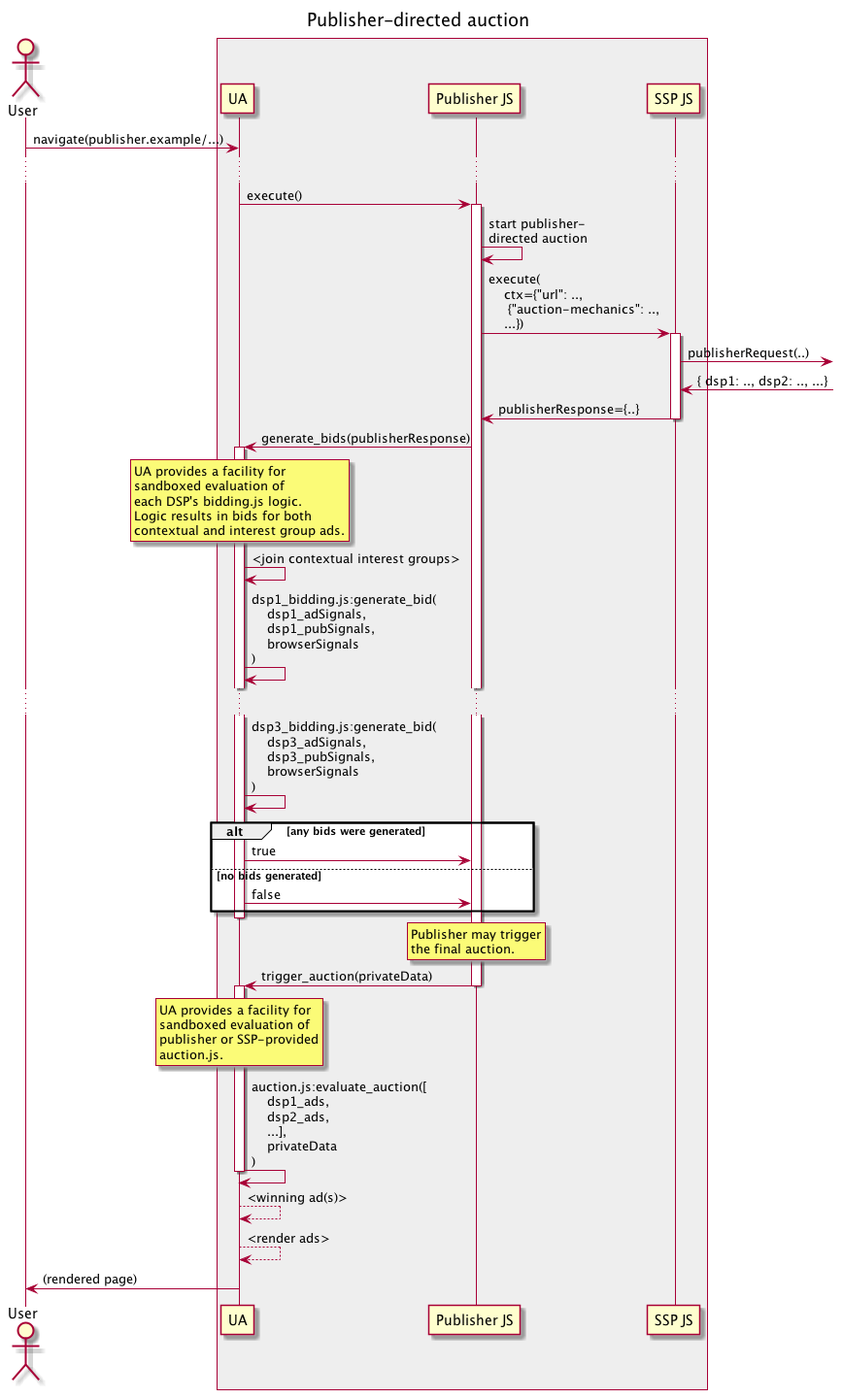
Earlier version of the PlantUML export assets/TERN/img/6_auction.png (WICG/turtledove). Its source is kept beside it as assets/TERN/6_auction.plantuml.
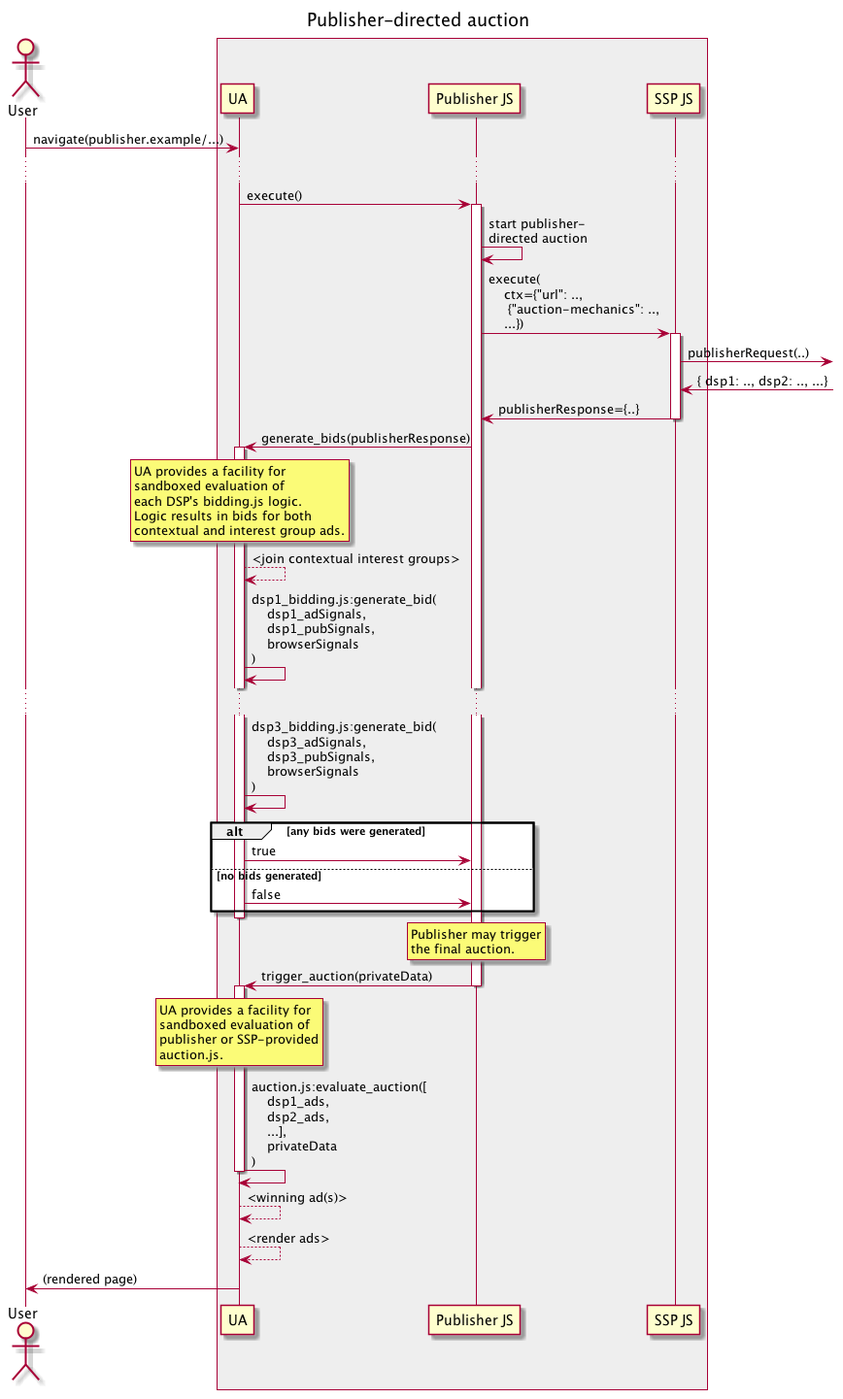
After the commit.

The edit, as a diff of the source:
```diff
@@ -40,7 +40,7 @@
 contextual and interest group ads.
 end note
 
-ua -> ua : <join contextual interest groups>
+ua --> ua : <join contextual interest groups>
 
 ua -> ua : dsp1_bidding.js:generate_bid(\n    dsp1_adSignals,\n    dsp1_pubSignals,\n    browserSignals\n)
 ...
```
